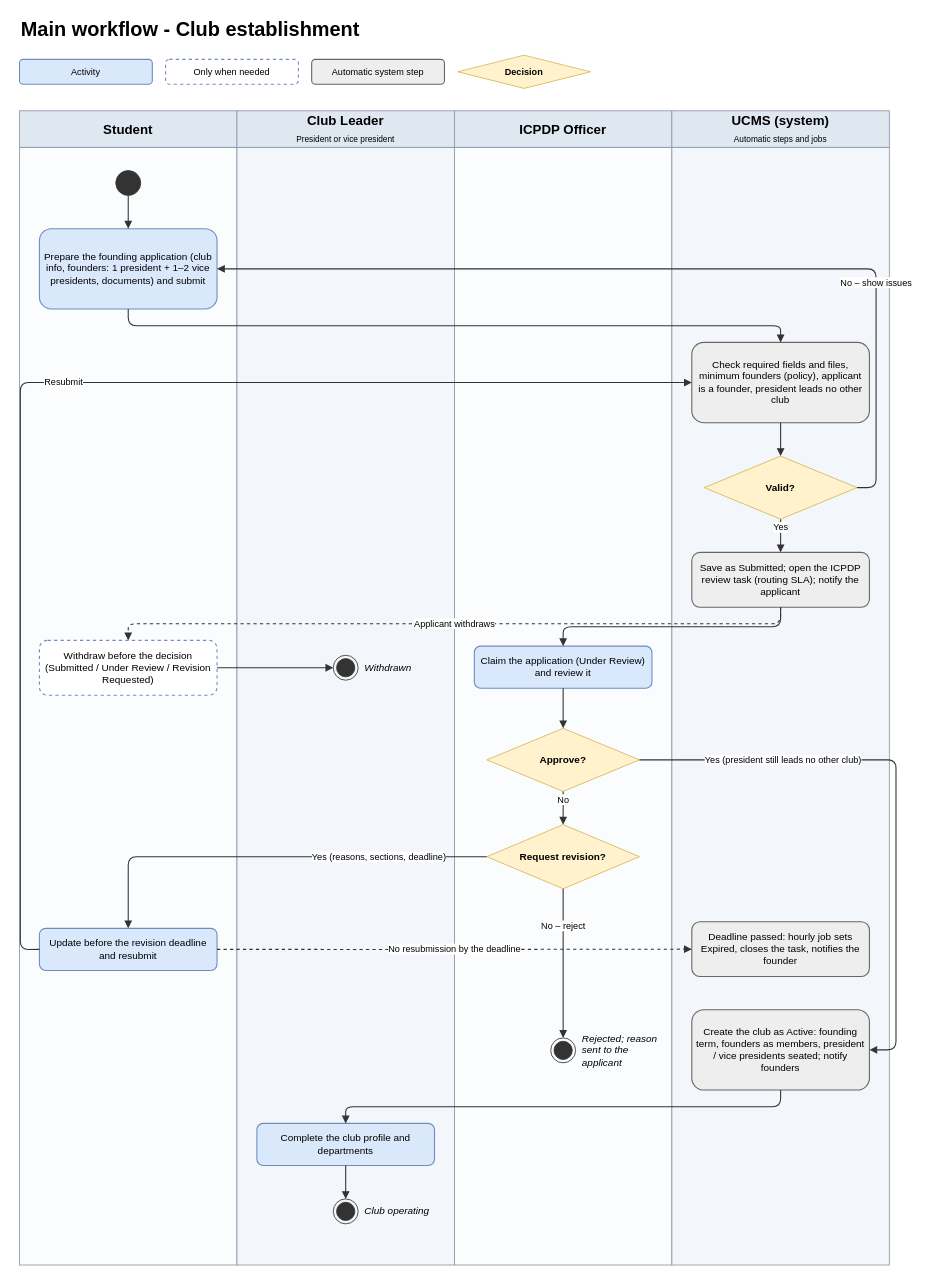
nvdekay/ClubManagementSystem keeps this draw.io diagram as page "01 Club establishment" (1 of 10) of docs/03-diagrams/UCMS_Main_Workflow.drawio. Above is the earlier version. Source tidied: cells renumbered, new cells numbered last; positions are measured from the earlier drawing's top-left corner, leaving out a move shared by most shapes. Both pictures are drawn from the tidied source at 83%, with x=0, y=0 at pixel (19, 14).
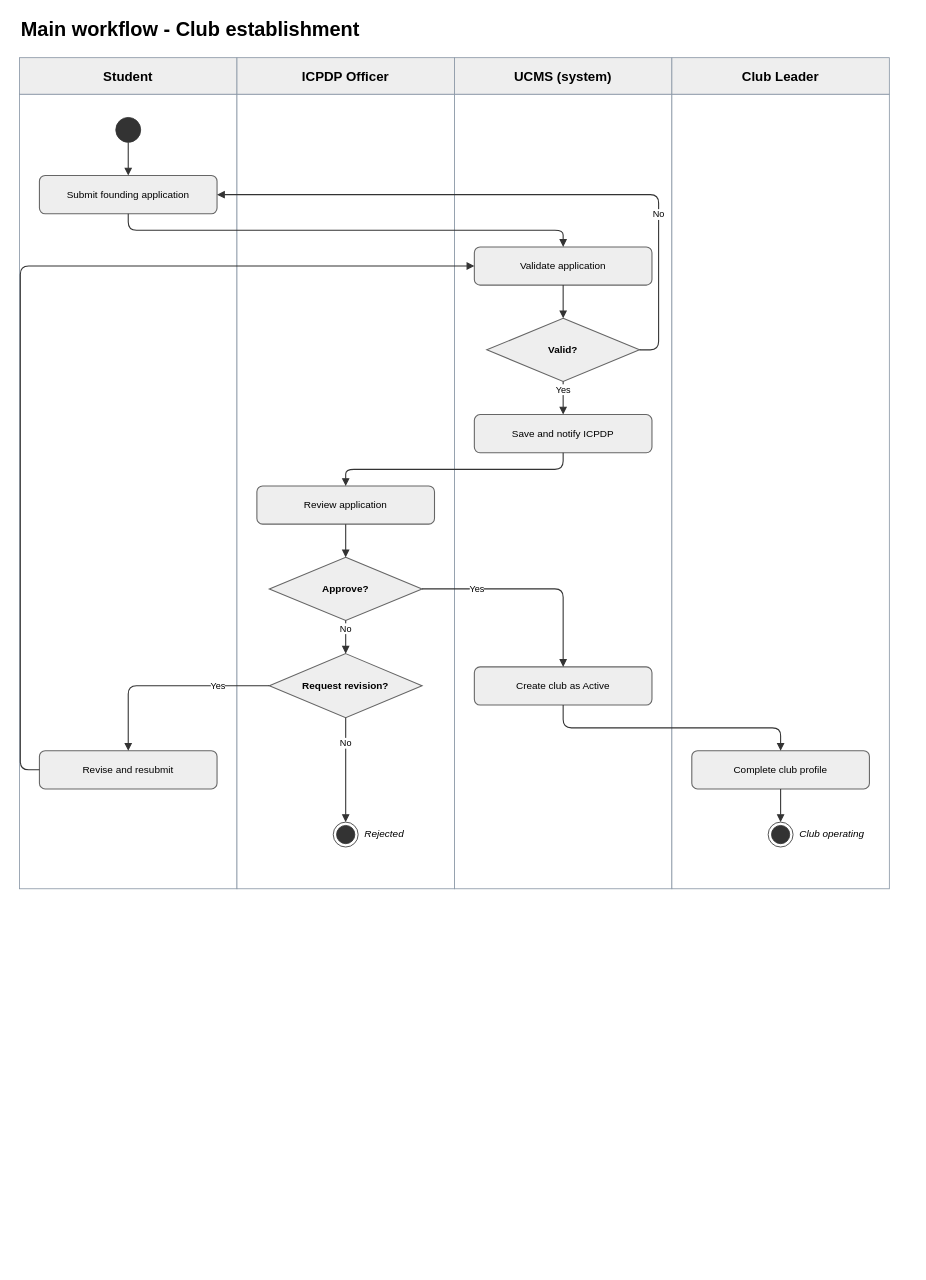
The same diagram, later.

Diff of the diagram source:
```diff
@@
-    <mxCell id="3" value="Activity" style="rounded=1;whiteSpace=wrap;html=1;fillColor=#dae8fc;strokeColor=#6c8ebf;strokeWidth=1.3;spacing=6;fontSize=11;" parent="1" vertex="1">
-      <mxGeometry y="54" width="160" height="30" as="geometry" />
-    </mxCell>
-    <mxCell id="4" value="Only when needed" style="rounded=1;whiteSpace=wrap;html=1;fillColor=#ffffff;strokeColor=#6c8ebf;dashed=1;strokeWidth=1.3;spacing=6;fontSize=11;" parent="1" vertex="1">
-      <mxGeometry x="176" y="54" width="160" height="30" as="geometry" />
-    </mxCell>
-    <mxCell id="5" value="Automatic system step" style="rounded=1;whiteSpace=wrap;html=1;fillColor=#eeeeee;strokeColor=#666666;strokeWidth=1.3;spacing=6;fontSize=11;" parent="1" vertex="1">
-      <mxGeometry x="352" y="54" width="160" height="30" as="geometry" />
-    </mxCell>
-    <mxCell id="6" value="Decision" style="rhombus;whiteSpace=wrap;html=1;fillColor=#fff2cc;strokeColor=#d6b656;fontStyle=1;spacingLeft=18;spacingRight=18;fontSize=11;" parent="1" vertex="1">
-      <mxGeometry x="528" y="49" width="160" height="40" as="geometry" />
-    </mxCell>
-    <mxCell id="7" style="rounded=0;html=1;fillColor=#fbfcfe;strokeColor=#8a97a6;" parent="1" vertex="1">
-      <mxGeometry y="160" width="262" height="1346.6" as="geometry" />
+    <mxCell id="7" style="rounded=0;html=1;fillColor=#ffffff;strokeColor=#8a97a6;" parent="1" vertex="1">
+      <mxGeometry y="96" width="262" height="957.3" as="geometry" />
     </mxCell>
-    <mxCell id="8" value="&lt;b&gt;Student&lt;/b&gt;" style="rounded=0;whiteSpace=wrap;html=1;fillColor=#dfe7f1;strokeColor=#8a97a6;fontSize=16;" parent="1" vertex="1">
-      <mxGeometry y="116" width="262" height="44" as="geometry" />
+    <mxCell id="8" value="&lt;b&gt;Student&lt;/b&gt;" style="rounded=0;whiteSpace=wrap;html=1;fillColor=#eeeeee;strokeColor=#8a97a6;fontSize=16;" parent="1" vertex="1">
+      <mxGeometry y="52" width="262" height="44" as="geometry" />
     </mxCell>
-    <mxCell id="9" style="rounded=0;html=1;fillColor=#f3f6fa;strokeColor=#8a97a6;" parent="1" vertex="1">
-      <mxGeometry x="262" y="160" width="262" height="1346.6" as="geometry" />
-    </mxCell>
-    <mxCell id="10" value="&lt;b&gt;Club Leader&lt;/b&gt;&lt;br&gt;&lt;span style=&quot;font-size:10px;font-weight:normal;&quot;&gt;President or vice president&lt;/span&gt;" style="rounded=0;whiteSpace=wrap;html=1;fillColor=#dfe7f1;strokeColor=#8a97a6;fontSize=16;" parent="1" vertex="1">
-      <mxGeometry x="262" y="116" width="262" height="44" as="geometry" />
-    </mxCell>
-    <mxCell id="11" style="rounded=0;html=1;fillColor=#fbfcfe;strokeColor=#8a97a6;" parent="1" vertex="1">
-      <mxGeometry x="524" y="160" width="262" height="1346.6" as="geometry" />
+    <mxCell id="11" style="rounded=0;html=1;fillColor=#ffffff;strokeColor=#8a97a6;" parent="1" vertex="1">
+      <mxGeometry x="262" y="96" width="262" height="957.3" as="geometry" />
     </mxCell>
-    <mxCell id="12" value="&lt;b&gt;ICPDP Officer&lt;/b&gt;" style="rounded=0;whiteSpace=wrap;html=1;fillColor=#dfe7f1;strokeColor=#8a97a6;fontSize=16;" parent="1" vertex="1">
-      <mxGeometry x="524" y="116" width="262" height="44" as="geometry" />
+    <mxCell id="12" value="&lt;b&gt;ICPDP Officer&lt;/b&gt;" style="rounded=0;whiteSpace=wrap;html=1;fillColor=#eeeeee;strokeColor=#8a97a6;fontSize=16;" parent="1" vertex="1">
+      <mxGeometry x="262" y="52" width="262" height="44" as="geometry" />
     </mxCell>
-    <mxCell id="13" style="rounded=0;html=1;fillColor=#f3f6fa;strokeColor=#8a97a6;" parent="1" vertex="1">
-      <mxGeometry x="786" y="160" width="262" height="1346.6" as="geometry" />
+    <mxCell id="13" style="rounded=0;html=1;fillColor=#ffffff;strokeColor=#8a97a6;" parent="1" vertex="1">
+      <mxGeometry x="524" y="96" width="262" height="957.3" as="geometry" />
     </mxCell>
-    <mxCell id="14" value="&lt;b&gt;UCMS (system)&lt;/b&gt;&lt;br&gt;&lt;span style=&quot;font-size:10px;font-weight:normal;&quot;&gt;Automatic steps and jobs&lt;/span&gt;" style="rounded=0;whiteSpace=wrap;html=1;fillColor=#dfe7f1;strokeColor=#8a97a6;fontSize=16;" parent="1" vertex="1">
-      <mxGeometry x="786" y="116" width="262" height="44" as="geometry" />
+    <mxCell id="14" value="&lt;b&gt;UCMS (system)&lt;/b&gt;" style="rounded=0;whiteSpace=wrap;html=1;fillColor=#eeeeee;strokeColor=#8a97a6;fontSize=16;" parent="1" vertex="1">
+      <mxGeometry x="524" y="52" width="262" height="44" as="geometry" />
     </mxCell>
+    <mxCell id="9" style="rounded=0;html=1;fillColor=#ffffff;strokeColor=#8a97a6;" parent="1" vertex="1">
+      <mxGeometry x="786" y="96" width="262" height="957.3" as="geometry" />
+    </mxCell>
+    <mxCell id="10" value="&lt;b&gt;Club Leader&lt;/b&gt;" style="rounded=0;whiteSpace=wrap;html=1;fillColor=#eeeeee;strokeColor=#8a97a6;fontSize=16;" parent="1" vertex="1">
+      <mxGeometry x="786" y="52" width="262" height="44" as="geometry" />
+    </mxCell>
     <mxCell id="15" style="ellipse;html=1;fillColor=#333333;strokeColor=#333333;" parent="1" vertex="1">
-      <mxGeometry x="116" y="188" width="30" height="30" as="geometry" />
+      <mxGeometry x="116" y="124" width="30" height="30" as="geometry" />
     </mxCell>
-    <mxCell id="16" value="Prepare the founding application (club info, founders: 1 president + 1–2 vice presidents, documents) and submit" style="rounded=1;whiteSpace=wrap;html=1;fillColor=#dae8fc;strokeColor=#6c8ebf;strokeWidth=1.3;spacing=6;fontSize=12;" parent="1" vertex="1">
-      <mxGeometry x="24" y="258" width="214" height="96.8" as="geometry" />
+    <mxCell id="16" value="Submit founding application" style="rounded=1;whiteSpace=wrap;html=1;fillColor=#eeeeee;strokeColor=#666666;strokeWidth=1.3;spacing=6;fontSize=12;" parent="1" vertex="1">
+      <mxGeometry x="24" y="194" width="214" height="46" as="geometry" />
     </mxCell>
-    <mxCell id="17" value="Check required fields and files, minimum founders (policy), applicant is a founder, president leads no other club" style="rounded=1;whiteSpace=wrap;html=1;fillColor=#eeeeee;strokeColor=#666666;strokeWidth=1.3;spacing=6;fontSize=12;" parent="1" vertex="1">
-      <mxGeometry x="810" y="395" width="214" height="96.8" as="geometry" />
+    <mxCell id="17" value="Validate application" style="rounded=1;whiteSpace=wrap;html=1;fillColor=#eeeeee;strokeColor=#666666;strokeWidth=1.3;spacing=6;fontSize=12;" parent="1" vertex="1">
+      <mxGeometry x="548" y="280" width="214" height="46" as="geometry" />
     </mxCell>
-    <mxCell id="18" value="Valid?" style="rhombus;whiteSpace=wrap;html=1;fillColor=#fff2cc;strokeColor=#d6b656;fontStyle=1;spacingLeft=18;spacingRight=18;fontSize=12;" parent="1" vertex="1">
-      <mxGeometry x="825" y="532" width="184" height="76" as="geometry" />
+    <mxCell id="18" value="Valid?" style="rhombus;whiteSpace=wrap;html=1;fillColor=#eeeeee;strokeColor=#666666;strokeWidth=1.3;fontStyle=1;spacingLeft=18;spacingRight=18;fontSize=12;" parent="1" vertex="1">
+      <mxGeometry x="563" y="366" width="184" height="76" as="geometry" />
     </mxCell>
-    <mxCell id="19" value="Save as Submitted; open the ICPDP review task (routing SLA); notify the applicant" style="rounded=1;whiteSpace=wrap;html=1;fillColor=#eeeeee;strokeColor=#666666;strokeWidth=1.3;spacing=6;fontSize=12;" parent="1" vertex="1">
-      <mxGeometry x="810" y="648" width="214" height="66.1" as="geometry" />
+    <mxCell id="19" value="Save and notify ICPDP" style="rounded=1;whiteSpace=wrap;html=1;fillColor=#eeeeee;strokeColor=#666666;strokeWidth=1.3;spacing=6;fontSize=12;" parent="1" vertex="1">
+      <mxGeometry x="548" y="482" width="214" height="46" as="geometry" />
     </mxCell>
-    <mxCell id="20" value="Withdraw before the decision (Submitted / Under Review / Revision Requested)" style="rounded=1;whiteSpace=wrap;html=1;fillColor=#ffffff;strokeColor=#6c8ebf;dashed=1;strokeWidth=1.3;spacing=6;fontSize=12;" parent="1" vertex="1">
-      <mxGeometry x="24" y="754" width="214" height="66.1" as="geometry" />
-    </mxCell>
-    <mxCell id="21" value="Claim the application (Under Review) and review it" style="rounded=1;whiteSpace=wrap;html=1;fillColor=#dae8fc;strokeColor=#6c8ebf;strokeWidth=1.3;spacing=6;fontSize=12;" parent="1" vertex="1">
-      <mxGeometry x="548" y="761" width="214" height="50.7" as="geometry" />
+    <mxCell id="21" value="Review application" style="rounded=1;whiteSpace=wrap;html=1;fillColor=#eeeeee;strokeColor=#666666;strokeWidth=1.3;spacing=6;fontSize=12;" parent="1" vertex="1">
+      <mxGeometry x="286" y="568" width="214" height="46" as="geometry" />
     </mxCell>
-    <mxCell id="22" style="ellipse;html=1;shape=endState;fillColor=#333333;strokeColor=#333333;" parent="1" vertex="1">
-      <mxGeometry x="378" y="772" width="30" height="30" as="geometry" />
-    </mxCell>
-    <mxCell id="23" value="Withdrawn" style="text;html=1;whiteSpace=wrap;align=left;verticalAlign=middle;fontSize=12;fontStyle=2;" parent="1" vertex="1">
-      <mxGeometry x="414" y="764" width="104" height="46" as="geometry" />
-    </mxCell>
-    <mxCell id="24" value="Approve?" style="rhombus;whiteSpace=wrap;html=1;fillColor=#fff2cc;strokeColor=#d6b656;fontStyle=1;spacingLeft=18;spacingRight=18;fontSize=12;" parent="1" vertex="1">
-      <mxGeometry x="563" y="860" width="184" height="76" as="geometry" />
+    <mxCell id="24" value="Approve?" style="rhombus;whiteSpace=wrap;html=1;fillColor=#eeeeee;strokeColor=#666666;strokeWidth=1.3;fontStyle=1;spacingLeft=18;spacingRight=18;fontSize=12;" parent="1" vertex="1">
+      <mxGeometry x="301" y="654" width="184" height="76" as="geometry" />
     </mxCell>
-    <mxCell id="25" value="Request revision?" style="rhombus;whiteSpace=wrap;html=1;fillColor=#fff2cc;strokeColor=#d6b656;fontStyle=1;spacingLeft=18;spacingRight=18;fontSize=12;" parent="1" vertex="1">
-      <mxGeometry x="563" y="976" width="184" height="77.3" as="geometry" />
+    <mxCell id="25" value="Request revision?" style="rhombus;whiteSpace=wrap;html=1;fillColor=#eeeeee;strokeColor=#666666;strokeWidth=1.3;fontStyle=1;spacingLeft=18;spacingRight=18;fontSize=12;" parent="1" vertex="1">
+      <mxGeometry x="301" y="770" width="184" height="77.3" as="geometry" />
     </mxCell>
-    <mxCell id="26" value="Update before the revision deadline and resubmit" style="rounded=1;whiteSpace=wrap;html=1;fillColor=#dae8fc;strokeColor=#6c8ebf;strokeWidth=1.3;spacing=6;fontSize=12;" parent="1" vertex="1">
-      <mxGeometry x="24" y="1101" width="214" height="50.7" as="geometry" />
+    <mxCell id="26" value="Revise and resubmit" style="rounded=1;whiteSpace=wrap;html=1;fillColor=#eeeeee;strokeColor=#666666;strokeWidth=1.3;spacing=6;fontSize=12;" parent="1" vertex="1">
+      <mxGeometry x="24" y="887" width="214" height="46" as="geometry" />
     </mxCell>
     <mxCell id="27" style="ellipse;html=1;shape=endState;fillColor=#333333;strokeColor=#333333;" parent="1" vertex="1">
-      <mxGeometry x="640" y="1233" width="30" height="30" as="geometry" />
+      <mxGeometry x="378" y="973" width="30" height="30" as="geometry" />
     </mxCell>
-    <mxCell id="28" value="Rejected; reason sent to the applicant" style="text;html=1;whiteSpace=wrap;align=left;verticalAlign=middle;fontSize=12;fontStyle=2;" parent="1" vertex="1">
-      <mxGeometry x="676" y="1225" width="104" height="46" as="geometry" />
+    <mxCell id="28" value="Rejected" style="text;html=1;whiteSpace=wrap;align=left;verticalAlign=middle;fontSize=12;fontStyle=2;" parent="1" vertex="1">
+      <mxGeometry x="414" y="965" width="104" height="46" as="geometry" />
     </mxCell>
-    <mxCell id="29" value="Deadline passed: hourly job sets Expired, closes the task, notifies the founder" style="rounded=1;whiteSpace=wrap;html=1;fillColor=#eeeeee;strokeColor=#666666;strokeWidth=1.3;spacing=6;fontSize=12;" parent="1" vertex="1">
-      <mxGeometry x="810" y="1093" width="214" height="66.1" as="geometry" />
-    </mxCell>
-    <mxCell id="30" value="Create the club as Active: founding term, founders as members, president / vice presidents seated; notify founders" style="rounded=1;whiteSpace=wrap;html=1;fillColor=#eeeeee;strokeColor=#666666;strokeWidth=1.3;spacing=6;fontSize=12;" parent="1" vertex="1">
-      <mxGeometry x="810" y="1199" width="214" height="96.8" as="geometry" />
+    <mxCell id="30" value="Create club as Active" style="rounded=1;whiteSpace=wrap;html=1;fillColor=#eeeeee;strokeColor=#666666;strokeWidth=1.3;spacing=6;fontSize=12;" parent="1" vertex="1">
+      <mxGeometry x="548" y="786" width="214" height="46" as="geometry" />
     </mxCell>
-    <mxCell id="31" value="Complete the club profile and departments" style="rounded=1;whiteSpace=wrap;html=1;fillColor=#dae8fc;strokeColor=#6c8ebf;strokeWidth=1.3;spacing=6;fontSize=12;" parent="1" vertex="1">
-      <mxGeometry x="286" y="1336" width="214" height="50.7" as="geometry" />
+    <mxCell id="31" value="Complete club profile" style="rounded=1;whiteSpace=wrap;html=1;fillColor=#eeeeee;strokeColor=#666666;strokeWidth=1.3;spacing=6;fontSize=12;" parent="1" vertex="1">
+      <mxGeometry x="810" y="887" width="214" height="46" as="geometry" />
     </mxCell>
     <mxCell id="32" style="ellipse;html=1;shape=endState;fillColor=#333333;strokeColor=#333333;" parent="1" vertex="1">
-      <mxGeometry x="378" y="1427" width="30" height="30" as="geometry" />
+      <mxGeometry x="902" y="973" width="30" height="30" as="geometry" />
     </mxCell>
     <mxCell id="33" value="Club operating" style="text;html=1;whiteSpace=wrap;align=left;verticalAlign=middle;fontSize=12;fontStyle=2;" parent="1" vertex="1">
-      <mxGeometry x="414" y="1419" width="104" height="46" as="geometry" />
+      <mxGeometry x="938" y="965" width="104" height="46" as="geometry" />
     </mxCell>
@@
-    <mxCell id="37" value="No – show issues" style="endArrow=block;endFill=1;html=1;rounded=1;edgeStyle=orthogonalEdgeStyle;strokeColor=#333333;strokeWidth=1.3;fontSize=11;labelBackgroundColor=#ffffff;exitX=1;exitY=0.5;entryX=1;entryY=0.5;" parent="1" edge="1" source="18" target="16">
+    <mxCell id="37" value="No" style="endArrow=block;endFill=1;html=1;rounded=1;edgeStyle=orthogonalEdgeStyle;strokeColor=#333333;strokeWidth=1.3;fontSize=11;labelBackgroundColor=#ffffff;exitX=1;exitY=0.5;entryX=1;entryY=0.5;" parent="1" edge="1" source="18" target="16">
       <mxGeometry x="-0.5" relative="1" as="geometry">
         <Array as="points">
-          <mxPoint x="1032" y="570" />
-          <mxPoint x="1032" y="306" />
+          <mxPoint x="770" y="404" />
+          <mxPoint x="770" y="217" />
         </Array>
       </mxGeometry>
     </mxCell>
@@
-    <mxCell id="40" value="Applicant withdraws" style="endArrow=block;endFill=1;html=1;rounded=1;edgeStyle=orthogonalEdgeStyle;strokeColor=#333333;strokeWidth=1.3;fontSize=11;labelBackgroundColor=#ffffff;dashed=1;exitX=0.5;exitY=1;entryX=0.5;entryY=0;" parent="1" edge="1" source="19" target="20">
+    <mxCell id="40" style="endArrow=block;endFill=1;html=1;rounded=1;edgeStyle=orthogonalEdgeStyle;strokeColor=#333333;strokeWidth=1.3;fontSize=11;labelBackgroundColor=#ffffff;exitX=0.5;exitY=1;entryX=0.5;entryY=0;" parent="1" edge="1" source="21" target="24">
       <mxGeometry relative="1" as="geometry" />
     </mxCell>
-    <mxCell id="41" style="endArrow=block;endFill=1;html=1;rounded=1;edgeStyle=orthogonalEdgeStyle;strokeColor=#333333;strokeWidth=1.3;fontSize=11;labelBackgroundColor=#ffffff;exitX=1;exitY=0.5;entryX=0;entryY=0.5;" parent="1" edge="1" source="20" target="22">
-      <mxGeometry relative="1" as="geometry" />
+    <mxCell id="41" value="Yes" style="endArrow=block;endFill=1;html=1;rounded=1;edgeStyle=orthogonalEdgeStyle;strokeColor=#333333;strokeWidth=1.3;fontSize=11;labelBackgroundColor=#ffffff;exitX=1;exitY=0.5;entryX=0.5;entryY=0;" parent="1" edge="1" source="24" target="30">
+      <mxGeometry x="-0.5" relative="1" as="geometry" />
     </mxCell>
-    <mxCell id="42" style="endArrow=block;endFill=1;html=1;rounded=1;edgeStyle=orthogonalEdgeStyle;strokeColor=#333333;strokeWidth=1.3;fontSize=11;labelBackgroundColor=#ffffff;exitX=0.5;exitY=1;entryX=0.5;entryY=0;" parent="1" edge="1" source="21" target="24">
-      <mxGeometry relative="1" as="geometry" />
+    <mxCell id="42" value="No" style="endArrow=block;endFill=1;html=1;rounded=1;edgeStyle=orthogonalEdgeStyle;strokeColor=#333333;strokeWidth=1.3;fontSize=11;labelBackgroundColor=#ffffff;exitX=0.5;exitY=1;entryX=0.5;entryY=0;" parent="1" edge="1" source="24" target="25">
+      <mxGeometry x="-0.5" relative="1" as="geometry" />
     </mxCell>
-    <mxCell id="43" value="Yes (president still leads no other club)" style="endArrow=block;endFill=1;html=1;rounded=1;edgeStyle=orthogonalEdgeStyle;strokeColor=#333333;strokeWidth=1.3;fontSize=11;labelBackgroundColor=#ffffff;exitX=1;exitY=0.5;entryX=1;entryY=0.5;" parent="1" edge="1" source="24" target="30">
-      <mxGeometry x="-0.5" relative="1" as="geometry">
-        <Array as="points">
-          <mxPoint x="1056" y="898" />
-          <mxPoint x="1056" y="1248" />
-        </Array>
-      </mxGeometry>
+    <mxCell id="43" value="Yes" style="endArrow=block;endFill=1;html=1;rounded=1;edgeStyle=orthogonalEdgeStyle;strokeColor=#333333;strokeWidth=1.3;fontSize=11;labelBackgroundColor=#ffffff;exitX=0;exitY=0.5;entryX=0.5;entryY=0;" parent="1" edge="1" source="25" target="26">
+      <mxGeometry x="-0.5" relative="1" as="geometry" />
     </mxCell>
-    <mxCell id="44" value="No" style="endArrow=block;endFill=1;html=1;rounded=1;edgeStyle=orthogonalEdgeStyle;strokeColor=#333333;strokeWidth=1.3;fontSize=11;labelBackgroundColor=#ffffff;exitX=0.5;exitY=1;entryX=0.5;entryY=0;" parent="1" edge="1" source="24" target="25">
+    <mxCell id="44" value="No" style="endArrow=block;endFill=1;html=1;rounded=1;edgeStyle=orthogonalEdgeStyle;strokeColor=#333333;strokeWidth=1.3;fontSize=11;labelBackgroundColor=#ffffff;exitX=0.5;exitY=1;entryX=0.5;entryY=0;" parent="1" edge="1" source="25" target="27">
       <mxGeometry x="-0.5" relative="1" as="geometry" />
     </mxCell>
-    <mxCell id="45" value="Yes (reasons, sections, deadline)" style="endArrow=block;endFill=1;html=1;rounded=1;edgeStyle=orthogonalEdgeStyle;strokeColor=#333333;strokeWidth=1.3;fontSize=11;labelBackgroundColor=#ffffff;exitX=0;exitY=0.5;entryX=0.5;entryY=0;" parent="1" edge="1" source="25" target="26">
-      <mxGeometry x="-0.5" relative="1" as="geometry" />
+    <mxCell id="45" style="endArrow=block;endFill=1;html=1;rounded=1;edgeStyle=orthogonalEdgeStyle;strokeColor=#333333;strokeWidth=1.3;fontSize=11;labelBackgroundColor=#ffffff;exitX=0;exitY=0.5;entryX=0;entryY=0.5;" parent="1" edge="1" source="26" target="17">
+      <mxGeometry relative="1" as="geometry">
+        <Array as="points">
+          <mxPoint x="1" y="910" />
+          <mxPoint x="1" y="303" />
+        </Array>
+      </mxGeometry>
     </mxCell>
-    <mxCell id="46" value="No – reject" style="endArrow=block;endFill=1;html=1;rounded=1;edgeStyle=orthogonalEdgeStyle;strokeColor=#333333;strokeWidth=1.3;fontSize=11;labelBackgroundColor=#ffffff;exitX=0.5;exitY=1;entryX=0.5;entryY=0;" parent="1" edge="1" source="25" target="27">
-      <mxGeometry x="-0.5" relative="1" as="geometry" />
+    <mxCell id="46" style="endArrow=block;endFill=1;html=1;rounded=1;edgeStyle=orthogonalEdgeStyle;strokeColor=#333333;strokeWidth=1.3;fontSize=11;labelBackgroundColor=#ffffff;exitX=0.5;exitY=1;entryX=0.5;entryY=0;" parent="1" edge="1" source="30" target="31">
+      <mxGeometry relative="1" as="geometry" />
     </mxCell>
-    <mxCell id="47" value="Resubmit" style="endArrow=block;endFill=1;html=1;rounded=1;edgeStyle=orthogonalEdgeStyle;strokeColor=#333333;strokeWidth=1.3;fontSize=11;labelBackgroundColor=#ffffff;exitX=0;exitY=0.5;entryX=0;entryY=0.5;" parent="1" edge="1" source="26" target="17">
-      <mxGeometry relative="1" as="geometry">
-        <Array as="points">
-          <mxPoint x="1" y="1126" />
-          <mxPoint x="1" y="443" />
-        </Array>
-      </mxGeometry>
+    <mxCell id="47" style="endArrow=block;endFill=1;html=1;rounded=1;edgeStyle=orthogonalEdgeStyle;strokeColor=#333333;strokeWidth=1.3;fontSize=11;labelBackgroundColor=#ffffff;exitX=0.5;exitY=1;entryX=0.5;entryY=0;" parent="1" edge="1" source="31" target="32">
+      <mxGeometry relative="1" as="geometry" />
     </mxCell>
-    <mxCell id="48" value="No resubmission by the deadline" style="endArrow=block;endFill=1;html=1;rounded=1;edgeStyle=orthogonalEdgeStyle;strokeColor=#333333;strokeWidth=1.3;fontSize=11;labelBackgroundColor=#ffffff;dashed=1;exitX=1;exitY=0.5;entryX=0;entryY=0.5;" parent="1" edge="1" source="26" target="29">
-      <mxGeometry relative="1" as="geometry" />
-    </mxCell>
-    <mxCell id="49" style="endArrow=block;endFill=1;html=1;rounded=1;edgeStyle=orthogonalEdgeStyle;strokeColor=#333333;strokeWidth=1.3;fontSize=11;labelBackgroundColor=#ffffff;exitX=0.5;exitY=1;entryX=0.5;entryY=0;" parent="1" edge="1" source="30" target="31">
-      <mxGeometry relative="1" as="geometry" />
-    </mxCell>
-    <mxCell id="50" style="endArrow=block;endFill=1;html=1;rounded=1;edgeStyle=orthogonalEdgeStyle;strokeColor=#333333;strokeWidth=1.3;fontSize=11;labelBackgroundColor=#ffffff;exitX=0.5;exitY=1;entryX=0.5;entryY=0;" parent="1" edge="1" source="31" target="32">
-      <mxGeometry relative="1" as="geometry" />
-    </mxCell>
```
